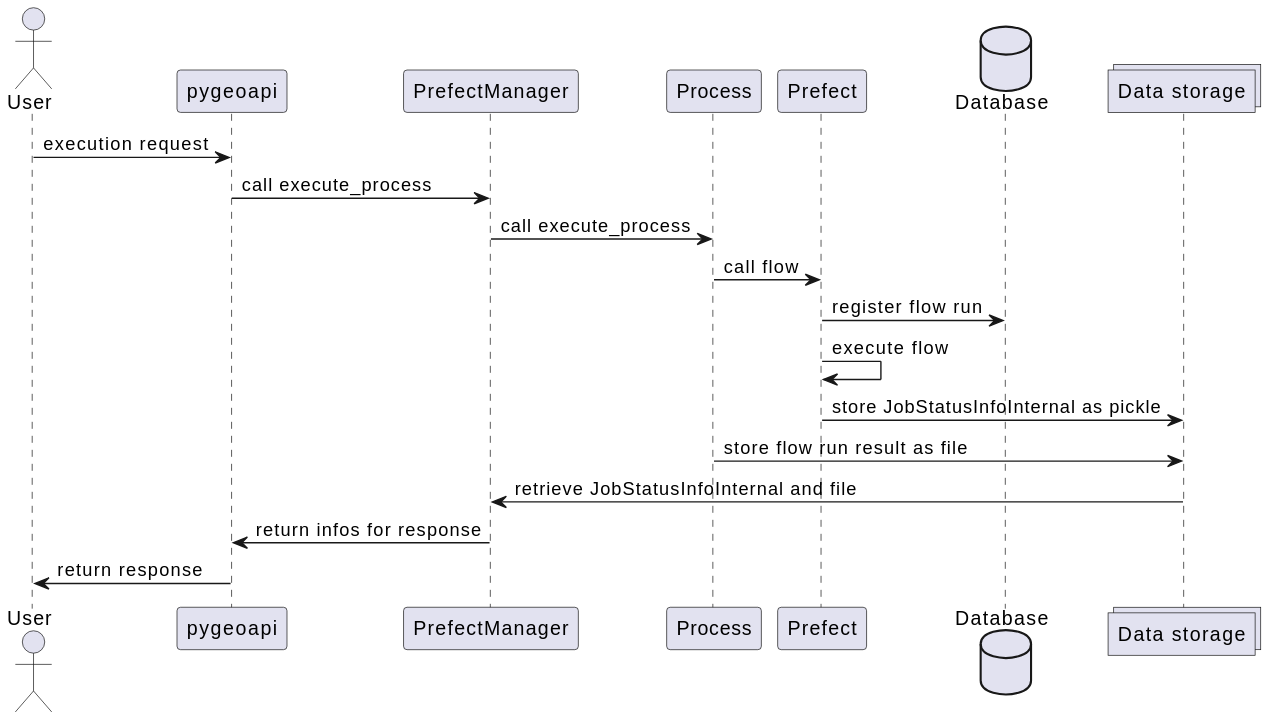
KomMonitor/pygeoapi-prefect keeps this PlantUML diagram as docs/images/sequence_diagram.svg. Above is the earlier version. The source it was exported from:
```plantuml
@startuml
actor User as user
participant pygeoapi as pygeoapi
participant PrefectManager as manager
participant Process as process
participant Prefect as prefect
database Database as db
collections "Data storage" as storage

user -> pygeoapi : execution request
pygeoapi -> manager: call execute_process
manager -> process: call execute_process
process -> prefect: call flow
prefect -> db: register flow run
prefect -> prefect: execute flow
prefect -> storage: store JobStatusInfoInternal as pickle
process -> storage: store flow run result as file
manager <- storage: retrieve JobStatusInfoInternal and file
pygeoapi <- manager: return infos for response
user <- pygeoapi: return response
@enduml
```
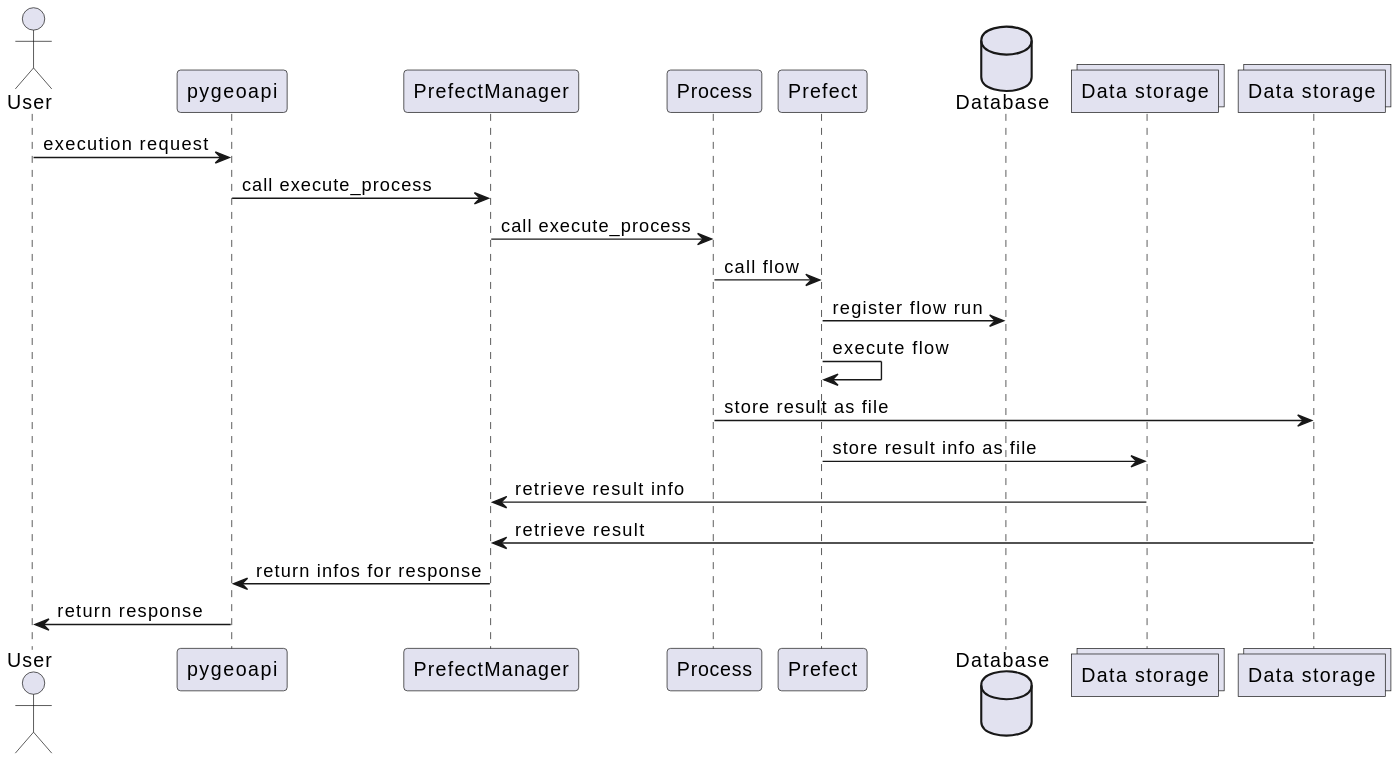
Later version of the same file.

Commit message:
Improve result handling

Change to the diagram source:
```diff
@@ -5,7 +5,8 @@
 participant Process as process
 participant Prefect as prefect
 database Database as db
-collections "Data storage" as storage
+collections "Data storage" as storage1
+collections "Data storage" as storage2
 
 user -> pygeoapi : execution request
 pygeoapi -> manager: call execute_process
@@ -13,9 +14,10 @@
 process -> prefect: call flow
 prefect -> db: register flow run
 prefect -> prefect: execute flow
-prefect -> storage: store JobStatusInfoInternal as pickle
-process -> storage: store flow run result as file
-manager <- storage: retrieve JobStatusInfoInternal and file
+process -> storage2: store result as file
+prefect -> storage1: store result info as file
+manager <- storage1: retrieve result info
+manager <- storage2: retrieve result
 pygeoapi <- manager: return infos for response
 user <- pygeoapi: return response
 @enduml
```
